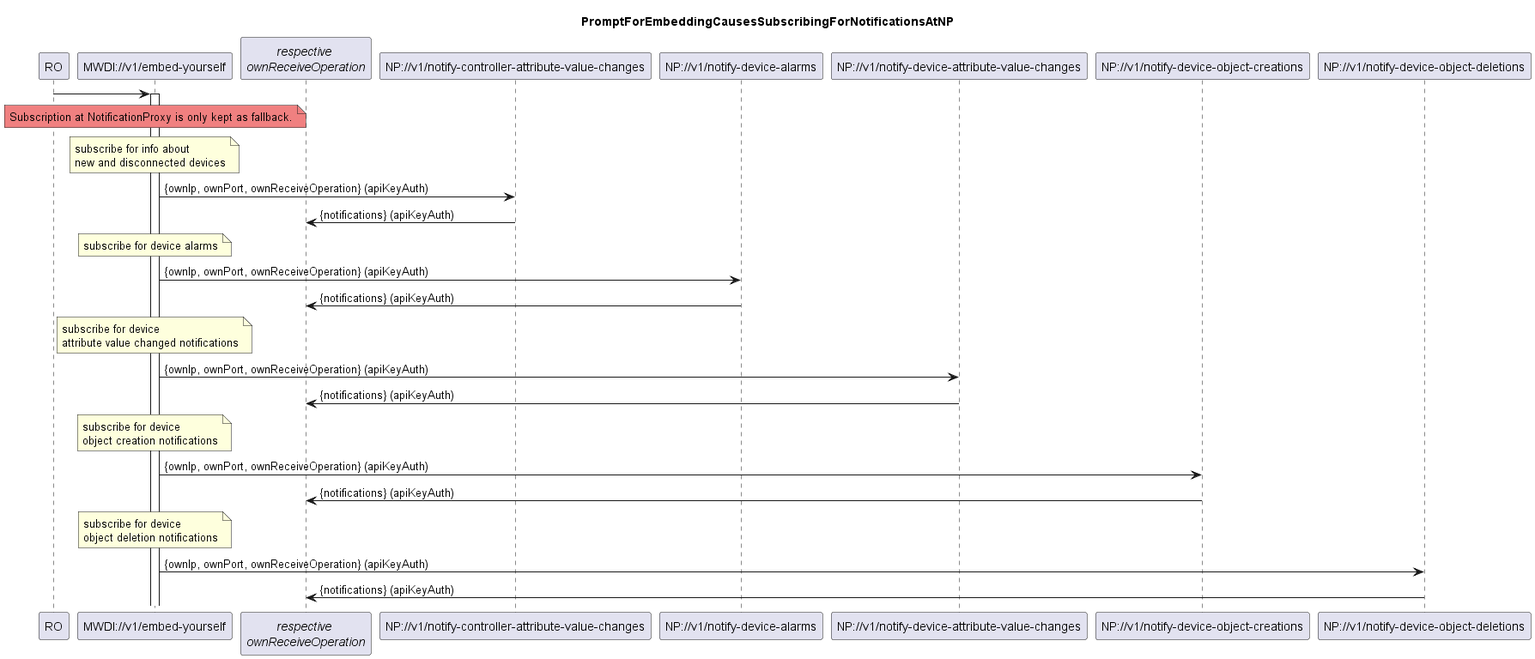
openBackhaul/MicroWaveDeviceInventory keeps this PlantUML diagram as spec/diagrams/01y_MwdiSubscribesAtNp.png. Above is the earlier version. The source it was exported from:
```plantuml
@startuml 01y_MwdiSubscribesAtNp
skinparam responseMessageBelowArrow true

title PromptForEmbeddingCausesSubscribingForNotificationsAtNP

participant "RO" as ro
participant "MWDI://v1/embed-yourself" as mwdi
participant "<i>respective</i> \n<i>ownReceiveOperation</i>" as receivers
participant "NP://v1/notify-controller-attribute-value-changes" as npnew
participant "NP://v1/notify-device-alarms" as npalarm
participant "NP://v1/notify-device-attribute-value-changes" as npattributechange
participant "NP://v1/notify-device-object-creations" as npobjcreate
participant "NP://v1/notify-device-object-deletions" as npobjdelete

ro -> mwdi
activate mwdi

note over mwdi #LightCoral
  Subscription at NotificationProxy is only kept as fallback.
end note

note over mwdi
subscribe for info about
new and disconnected devices
end note
mwdi -> npnew: {ownIp, ownPort, ownReceiveOperation} (apiKeyAuth)
npnew -> receivers: {notifications} (apiKeyAuth)

note over mwdi
subscribe for device alarms
end note
mwdi -> npalarm: {ownIp, ownPort, ownReceiveOperation} (apiKeyAuth)
npalarm -> receivers: {notifications} (apiKeyAuth)

note over mwdi
subscribe for device
attribute value changed notifications
end note
mwdi -> npattributechange: {ownIp, ownPort, ownReceiveOperation} (apiKeyAuth)
npattributechange -> receivers: {notifications} (apiKeyAuth)

note over mwdi
subscribe for device
object creation notifications
end note
mwdi -> npobjcreate: {ownIp, ownPort, ownReceiveOperation} (apiKeyAuth)
npobjcreate -> receivers: {notifications} (apiKeyAuth)

note over mwdi
subscribe for device
object deletion notifications
end note
mwdi -> npobjdelete: {ownIp, ownPort, ownReceiveOperation} (apiKeyAuth)
npobjdelete -> receivers: {notifications} (apiKeyAuth)

@enduml
```
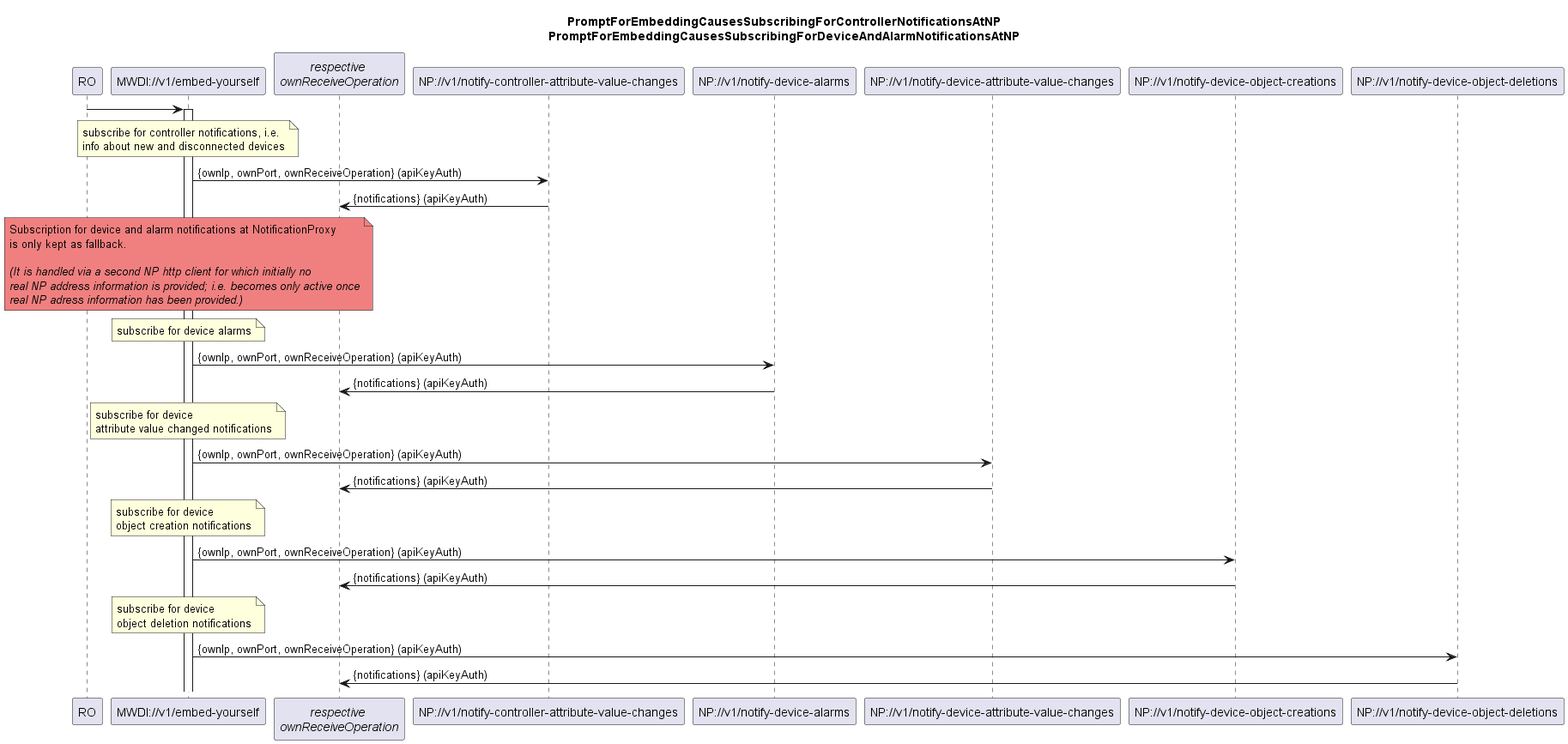
The same file after the commit.

Commit message:
update diagrams for subscribe/unsubscribe

Diff of the diagram source:
```diff
@@ -1,7 +1,10 @@
 @startuml 01y_MwdiSubscribesAtNp
 skinparam responseMessageBelowArrow true
 
-title PromptForEmbeddingCausesSubscribingForNotificationsAtNP
+title
+  PromptForEmbeddingCausesSubscribingForControllerNotificationsAtNP
+  PromptForEmbeddingCausesSubscribingForDeviceAndAlarmNotificationsAtNP
+end title
 
 participant "RO" as ro
 participant "MWDI://v1/embed-yourself" as mwdi
@@ -15,16 +18,21 @@
 ro -> mwdi
 activate mwdi
 
-note over mwdi #LightCoral
-  Subscription at NotificationProxy is only kept as fallback.
-end note
-
 note over mwdi
-subscribe for info about
-new and disconnected devices
+subscribe for controller notifications, i.e.
+info about new and disconnected devices
 end note
 mwdi -> npnew: {ownIp, ownPort, ownReceiveOperation} (apiKeyAuth)
 npnew -> receivers: {notifications} (apiKeyAuth)
+
+note over mwdi #LightCoral
+  Subscription for device and alarm notifications at NotificationProxy
+  is only kept as fallback.
+
+  <i>(It is handled via a second NP http client for which initially no</i>
+  <i>real NP address information is provided; i.e. becomes only active once</i>
+  <i>real NP adress information has been provided.)</i>
+end note
 
 note over mwdi
 subscribe for device alarms
```
